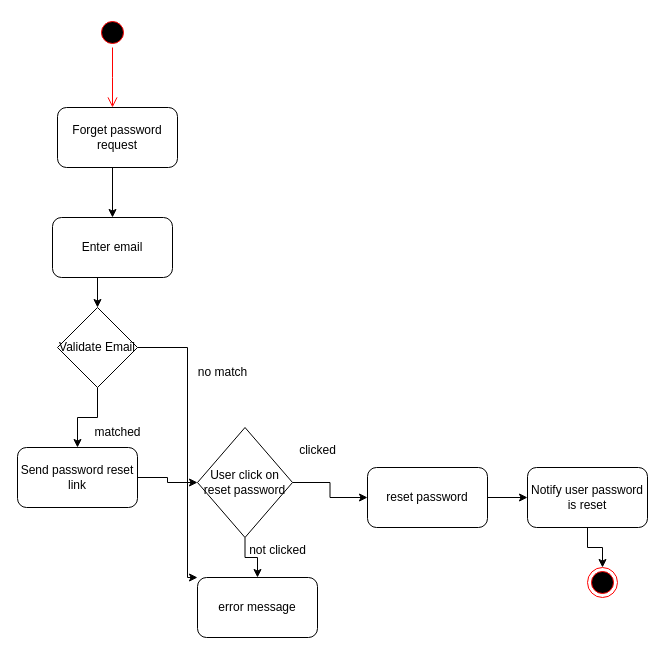
The draw.io diagram 1.drawio in istewakhassantewak/Java-project-OOD, before the edit. Source tidied: cells renumbered, new cells numbered last; positions are measured from the earlier drawing's top-left corner, leaving out a move shared by most shapes. Both pictures are drawn from the tidied source at 100%, with x=0, y=0 at pixel (17, 17).
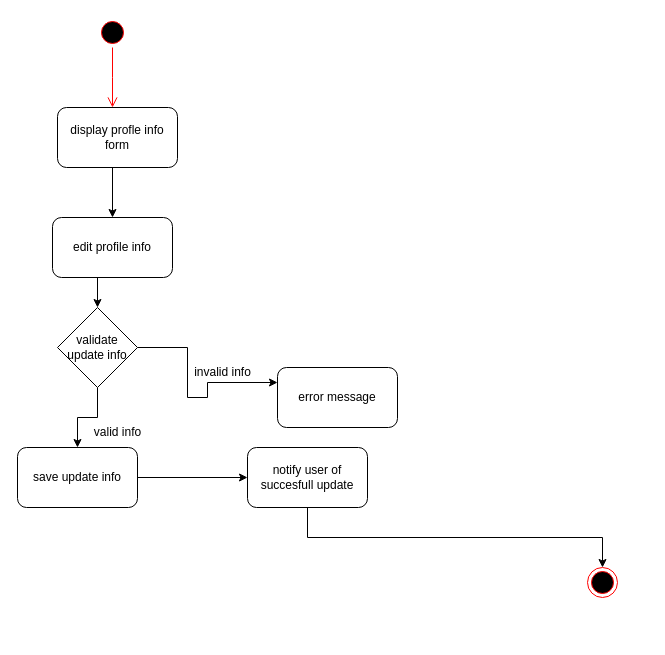
Above is the later version.

The edit, as a diff of the source:
```diff
@@
-    <mxCell id="4" value="Forget password request" style="rounded=1;whiteSpace=wrap;html=1;" parent="1" vertex="1">
+    <mxCell id="4" value="display profle info form" style="rounded=1;whiteSpace=wrap;html=1;" parent="1" vertex="1">
       <mxGeometry x="40" y="90" width="120" height="60" as="geometry" />
     </mxCell>
@@
-    <mxCell id="6" value="Enter email" style="rounded=1;whiteSpace=wrap;html=1;" parent="1" vertex="1">
+    <mxCell id="6" value="edit profile info" style="rounded=1;whiteSpace=wrap;html=1;" parent="1" vertex="1">
       <mxGeometry x="35" y="200" width="120" height="60" as="geometry" />
     </mxCell>
-    <mxCell id="7" style="edgeStyle=orthogonalEdgeStyle;rounded=0;jettySize=auto;html=1;exitX=1;exitY=0.5;exitDx=0;exitDy=0;entryX=0;entryY=0.5;entryDx=0;entryDy=0;" parent="1" edge="1" source="8" target="20">
-      <mxGeometry relative="1" as="geometry" />
-    </mxCell>
-    <mxCell id="8" value="reset password" style="rounded=1;whiteSpace=wrap;html=1;" parent="1" vertex="1">
-      <mxGeometry x="350" y="450" width="120" height="60" as="geometry" />
-    </mxCell>
@@
-    <mxCell id="12" style="edgeStyle=orthogonalEdgeStyle;rounded=0;jettySize=auto;html=1;exitX=1;exitY=0.5;exitDx=0;exitDy=0;entryX=0;entryY=0;entryDx=0;entryDy=0;" parent="1" edge="1" source="13" target="22">
+    <mxCell id="12" style="edgeStyle=orthogonalEdgeStyle;rounded=0;jettySize=auto;html=1;exitX=1;exitY=0.5;exitDx=0;exitDy=0;entryX=0;entryY=0.25;entryDx=0;entryDy=0;" parent="1" edge="1" source="13" target="22">
       <mxGeometry relative="1" as="geometry">
         <Array as="points">
           <mxPoint x="170" y="330" />
-          <mxPoint x="170" y="560" />
+          <mxPoint x="170" y="380" />
+          <mxPoint x="190" y="380" />
         </Array>
       </mxGeometry>
     </mxCell>
-    <mxCell id="13" value="Validate Email" style="rhombus;whiteSpace=wrap;html=1;" parent="1" vertex="1">
+    <mxCell id="13" value="validate update info" style="rhombus;whiteSpace=wrap;html=1;" parent="1" vertex="1">
       <mxGeometry x="40" y="290" width="80" height="80" as="geometry" />
     </mxCell>
-    <mxCell id="14" style="edgeStyle=orthogonalEdgeStyle;rounded=0;jettySize=auto;html=1;exitX=1;exitY=0.5;exitDx=0;exitDy=0;entryX=0;entryY=0.5;entryDx=0;entryDy=0;" parent="1" edge="1" source="15" target="18">
+    <mxCell id="14" style="edgeStyle=orthogonalEdgeStyle;rounded=0;jettySize=auto;html=1;exitX=1;exitY=0.5;exitDx=0;exitDy=0;entryX=0;entryY=0.5;entryDx=0;entryDy=0;" parent="1" edge="1" source="15" target="20">
       <mxGeometry relative="1" as="geometry" />
     </mxCell>
-    <mxCell id="15" value="Send password reset link" style="rounded=1;whiteSpace=wrap;html=1;" parent="1" vertex="1">
+    <mxCell id="15" value="save update info" style="rounded=1;whiteSpace=wrap;html=1;" parent="1" vertex="1">
       <mxGeometry y="430" width="120" height="60" as="geometry" />
     </mxCell>
-    <mxCell id="16" style="edgeStyle=orthogonalEdgeStyle;rounded=0;jettySize=auto;html=1;exitX=1;exitY=0.5;exitDx=0;exitDy=0;entryX=0;entryY=0.5;entryDx=0;entryDy=0;" parent="1" edge="1" source="18" target="8">
-      <mxGeometry relative="1" as="geometry" />
-    </mxCell>
-    <mxCell id="17" style="edgeStyle=orthogonalEdgeStyle;rounded=0;jettySize=auto;html=1;exitX=0.5;exitY=1;exitDx=0;exitDy=0;entryX=0.5;entryY=0;entryDx=0;entryDy=0;" parent="1" edge="1" source="18" target="22">
-      <mxGeometry relative="1" as="geometry" />
-    </mxCell>
-    <mxCell id="18" value="User click on reset password" style="rhombus;whiteSpace=wrap;html=1;" parent="1" vertex="1">
-      <mxGeometry x="180" y="410" width="95" height="110" as="geometry" />
-    </mxCell>
@@
-    <mxCell id="20" value="Notify user password is reset" style="rounded=1;whiteSpace=wrap;html=1;" parent="1" vertex="1">
-      <mxGeometry x="510" y="450" width="120" height="60" as="geometry" />
+    <mxCell id="20" value="notify user of succesfull update" style="rounded=1;whiteSpace=wrap;html=1;" parent="1" vertex="1">
+      <mxGeometry x="230" y="430" width="120" height="60" as="geometry" />
     </mxCell>
-    <mxCell id="21" value="clicked" style="text;html=1;align=center;verticalAlign=middle;strokeColor=none;fillColor=none;" parent="1" vertex="1">
-      <mxGeometry x="270" y="418" width="60" height="30" as="geometry" />
-    </mxCell>
     <mxCell id="22" value="error message" style="rounded=1;whiteSpace=wrap;html=1;" parent="1" vertex="1">
-      <mxGeometry x="180" y="560" width="120" height="60" as="geometry" />
+      <mxGeometry x="260" y="350" width="120" height="60" as="geometry" />
     </mxCell>
-    <mxCell id="23" value="not clicked" style="text;html=1;align=center;verticalAlign=middle;strokeColor=none;fillColor=none;" parent="1" vertex="1">
-      <mxGeometry x="220" y="518" width="80" height="30" as="geometry" />
-    </mxCell>
-    <mxCell id="24" value="matched" style="text;html=1;align=center;verticalAlign=middle;strokeColor=none;fillColor=none;" parent="1" vertex="1">
+    <mxCell id="24" value="valid info" style="text;html=1;align=center;verticalAlign=middle;strokeColor=none;fillColor=none;" parent="1" vertex="1">
       <mxGeometry x="65" y="400" width="70" height="30" as="geometry" />
     </mxCell>
-    <mxCell id="25" value="no match" style="text;html=1;align=center;verticalAlign=middle;strokeColor=none;fillColor=none;" parent="1" vertex="1">
-      <mxGeometry x="170" y="340" width="70" height="30" as="geometry" />
+    <mxCell id="25" value="invalid info" style="text;html=1;align=center;verticalAlign=middle;strokeColor=none;fillColor=none;" parent="1" vertex="1">
+      <mxGeometry x="165" y="340" width="80" height="30" as="geometry" />
     </mxCell>
```
